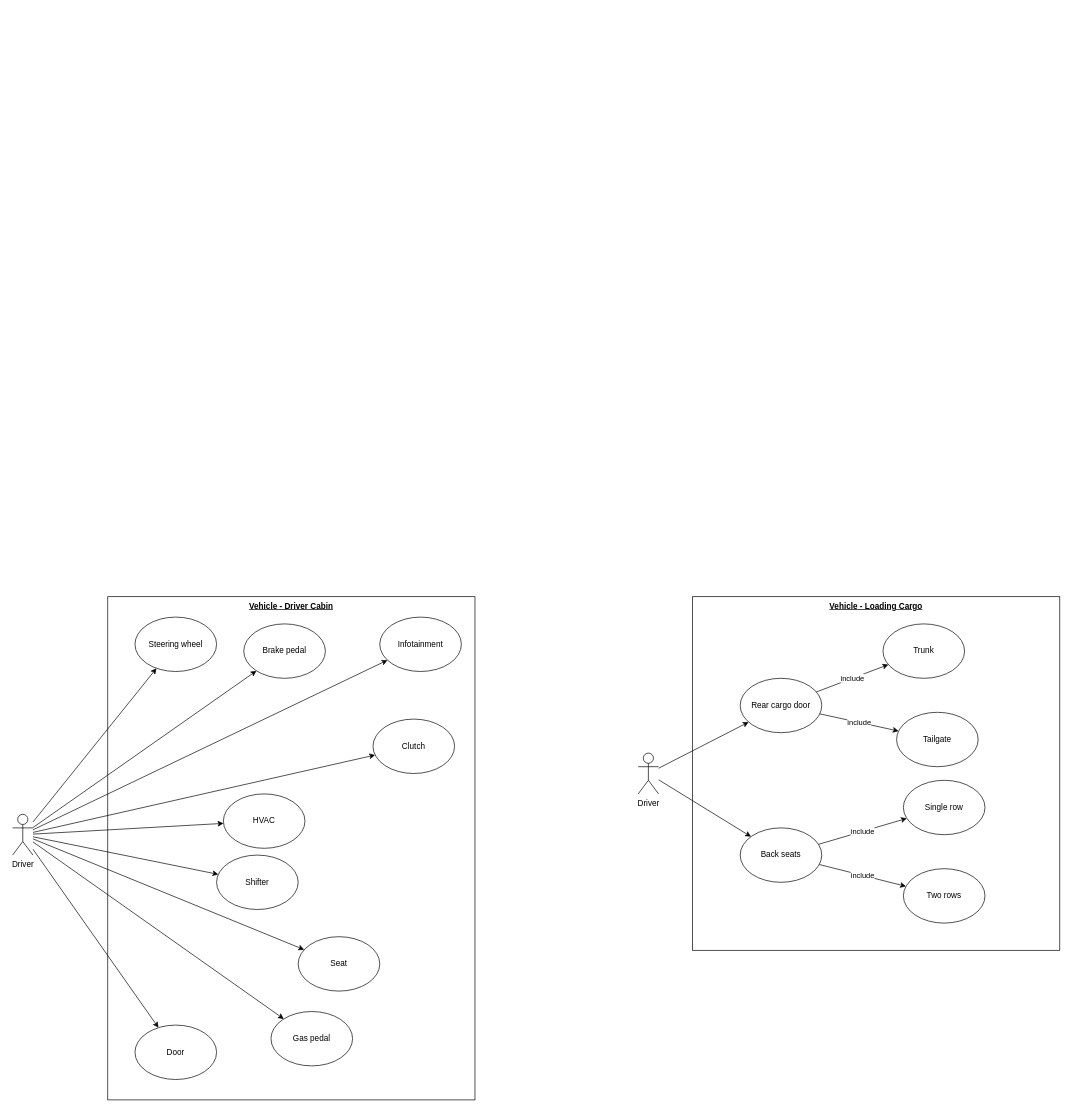
t-chiang/PhD_Thesis keeps this draw.io diagram as page "Use_Case_Diagram" (2 of 3) of Figures/Thesis_Models.drawio. Above is the earlier version. Source tidied: cells renumbered, new cells numbered last; positions are measured from the earlier drawing's top-left corner, leaving out a move shared by most shapes. Both pictures are drawn from the tidied source at 68%, with x=0, y=0 at pixel (12, 596).
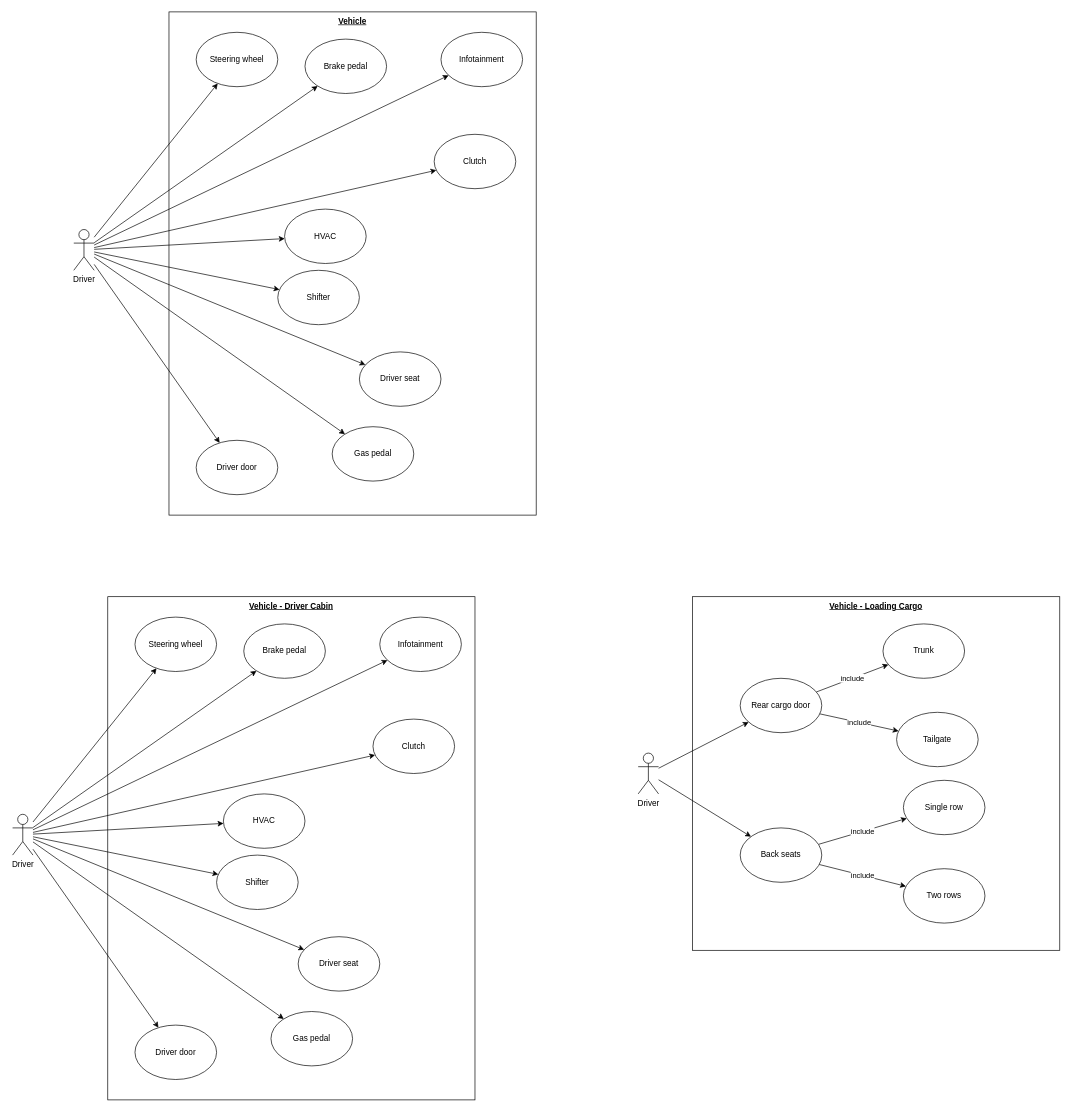
The same page after the edit.

Commit message (it also covers changes not shown here):
Started to write about features. Defined relationship between features and use cases

Diff of the diagram source:
```diff
@@
-    <mxCell id="20" value="Seat" style="ellipse;whiteSpace=wrap;html=1;" parent="1" vertex="1">
+    <mxCell id="20" value="Driver seat" style="ellipse;whiteSpace=wrap;html=1;" parent="1" vertex="1">
       <mxGeometry x="420" y="500" width="120" height="80" as="geometry" />
     </mxCell>
-    <mxCell id="21" value="Door" style="ellipse;whiteSpace=wrap;html=1;" parent="1" vertex="1">
+    <mxCell id="21" value="Driver door" style="ellipse;whiteSpace=wrap;html=1;" parent="1" vertex="1">
       <mxGeometry x="180" y="630" width="120" height="80" as="geometry" />
     </mxCell>
@@
+    <mxCell id="36" value="Vehicle" style="rounded=0;whiteSpace=wrap;html=1;verticalAlign=top;fontStyle=5;" parent="1" vertex="1">
+      <mxGeometry x="230" y="-860" width="540" height="740" as="geometry" />
+    </mxCell>
+    <mxCell id="37" style="rounded=0;jettySize=auto;html=1;" parent="1" edge="1" source="46" target="47">
+      <mxGeometry relative="1" as="geometry" />
+    </mxCell>
+    <mxCell id="38" style="edgeStyle=none;rounded=0;jettySize=auto;html=1;" parent="1" edge="1" source="46" target="48">
+      <mxGeometry relative="1" as="geometry" />
+    </mxCell>
+    <mxCell id="39" style="edgeStyle=none;rounded=0;jettySize=auto;html=1;" parent="1" edge="1" source="46" target="51">
+      <mxGeometry relative="1" as="geometry" />
+    </mxCell>
+    <mxCell id="40" style="edgeStyle=none;rounded=0;jettySize=auto;html=1;" parent="1" edge="1" source="46" target="49">
+      <mxGeometry relative="1" as="geometry" />
+    </mxCell>
+    <mxCell id="41" style="edgeStyle=none;rounded=0;jettySize=auto;html=1;" parent="1" edge="1" source="46" target="52">
+      <mxGeometry relative="1" as="geometry" />
+    </mxCell>
+    <mxCell id="42" style="edgeStyle=none;rounded=0;jettySize=auto;html=1;" parent="1" edge="1" source="46" target="53">
+      <mxGeometry relative="1" as="geometry" />
+    </mxCell>
+    <mxCell id="43" style="edgeStyle=none;rounded=0;jettySize=auto;html=1;" parent="1" edge="1" source="46" target="50">
+      <mxGeometry relative="1" as="geometry" />
+    </mxCell>
+    <mxCell id="44" style="edgeStyle=none;rounded=0;jettySize=auto;html=1;" parent="1" edge="1" source="46" target="54">
+      <mxGeometry relative="1" as="geometry" />
+    </mxCell>
+    <mxCell id="45" style="edgeStyle=none;rounded=0;jettySize=auto;html=1;" parent="1" edge="1" source="46" target="55">
+      <mxGeometry relative="1" as="geometry" />
+    </mxCell>
+    <mxCell id="46" value="Driver" style="shape=umlActor;verticalLabelPosition=bottom;verticalAlign=top;html=1;outlineConnect=0;" parent="1" vertex="1">
+      <mxGeometry x="90" y="-540" width="30" height="60" as="geometry" />
+    </mxCell>
+    <mxCell id="47" value="Steering wheel" style="ellipse;whiteSpace=wrap;html=1;" parent="1" vertex="1">
+      <mxGeometry x="270" y="-830" width="120" height="80" as="geometry" />
+    </mxCell>
+    <mxCell id="48" value="Infotainment" style="ellipse;whiteSpace=wrap;html=1;" parent="1" vertex="1">
+      <mxGeometry x="630" y="-830" width="120" height="80" as="geometry" />
+    </mxCell>
+    <mxCell id="49" value="Shifter" style="ellipse;whiteSpace=wrap;html=1;" parent="1" vertex="1">
+      <mxGeometry x="390" y="-480" width="120" height="80" as="geometry" />
+    </mxCell>
+    <mxCell id="50" value="Gas pedal" style="ellipse;whiteSpace=wrap;html=1;" parent="1" vertex="1">
+      <mxGeometry x="470" y="-250" width="120" height="80" as="geometry" />
+    </mxCell>
+    <mxCell id="51" value="Brake pedal" style="ellipse;whiteSpace=wrap;html=1;" parent="1" vertex="1">
+      <mxGeometry x="430" y="-820" width="120" height="80" as="geometry" />
+    </mxCell>
+    <mxCell id="52" value="Clutch" style="ellipse;whiteSpace=wrap;html=1;" parent="1" vertex="1">
+      <mxGeometry x="620" y="-680" width="120" height="80" as="geometry" />
+    </mxCell>
+    <mxCell id="53" value="Driver seat" style="ellipse;whiteSpace=wrap;html=1;" parent="1" vertex="1">
+      <mxGeometry x="510" y="-360" width="120" height="80" as="geometry" />
+    </mxCell>
+    <mxCell id="54" value="Driver door" style="ellipse;whiteSpace=wrap;html=1;" parent="1" vertex="1">
+      <mxGeometry x="270" y="-230" width="120" height="80" as="geometry" />
+    </mxCell>
+    <mxCell id="55" value="HVAC" style="ellipse;whiteSpace=wrap;html=1;" parent="1" vertex="1">
+      <mxGeometry x="400" y="-570" width="120" height="80" as="geometry" />
+    </mxCell>
```
